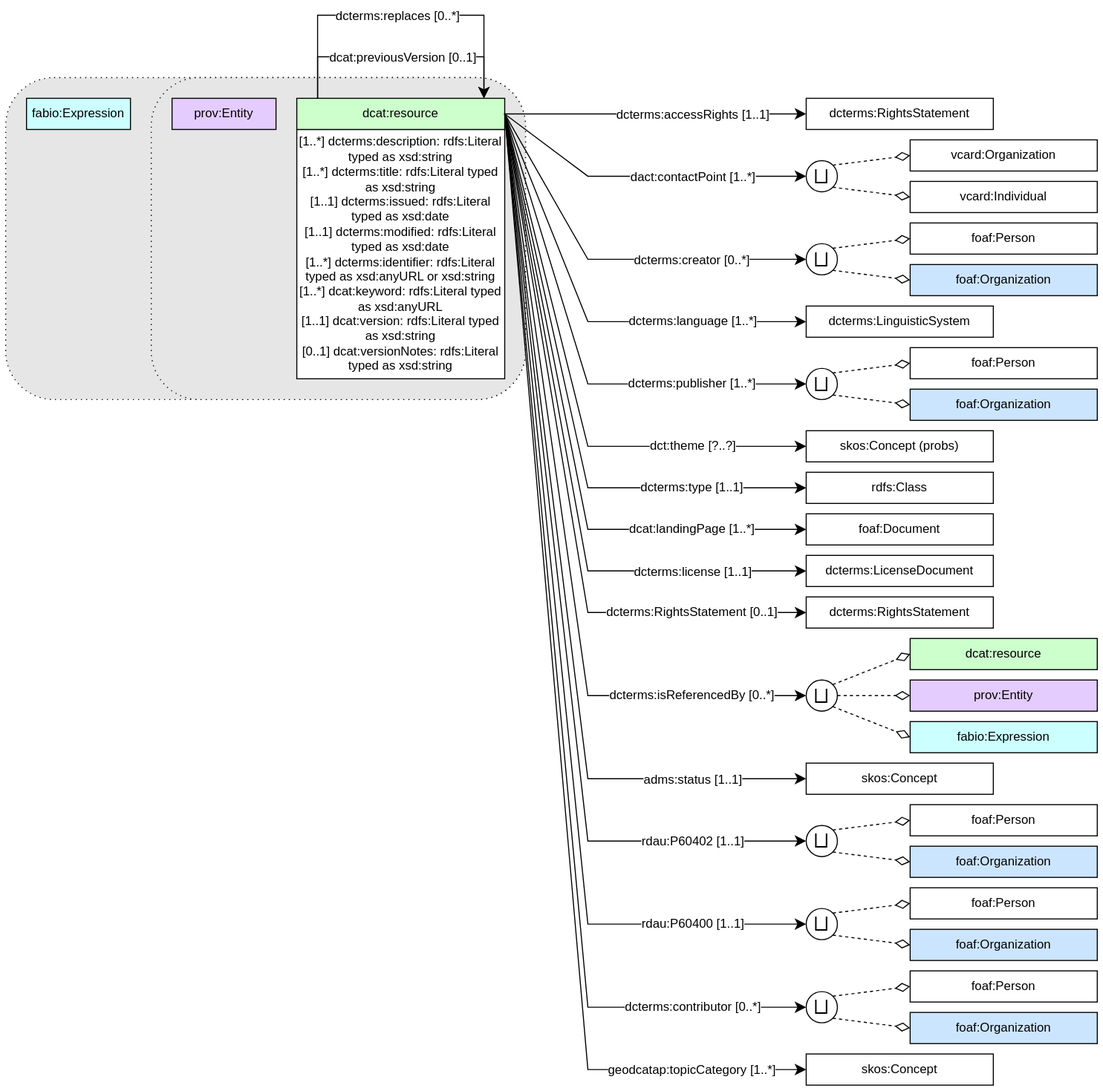
Above: CEH-DCAT-AP/CEH-DCAT-AP_diagrams/dcat-resource.svg in NERC-CEH/digital-objects-ontology (draw.io), before the change. Source tidied: cells renumbered, new cells last; positions are measured from the earlier drawing's top-left corner, leaving out a move shared by most shapes.
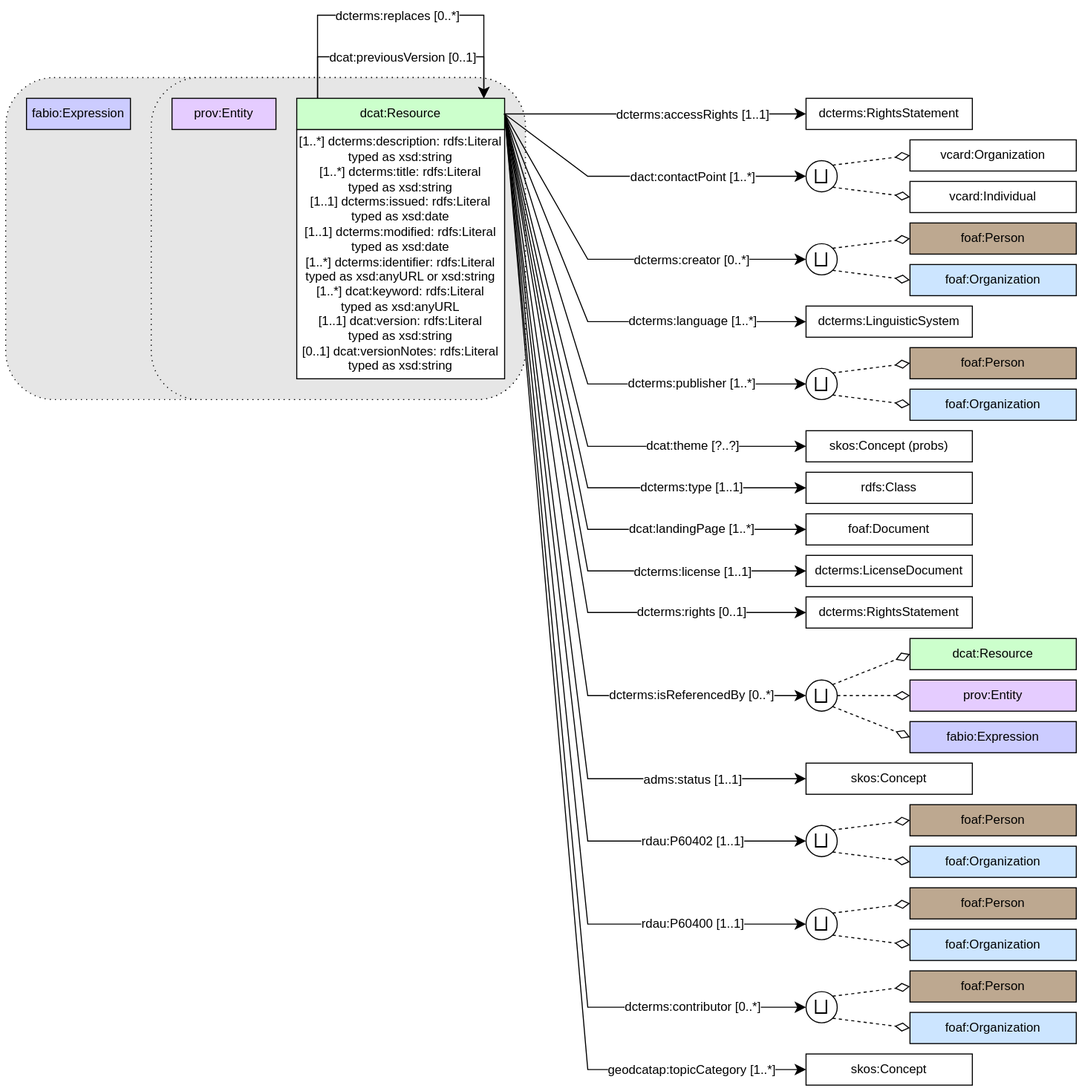
After the change.

Commit message:
minor corrections to diagram and updated colour scheme

Diff of the diagram source:
```diff
@@ -43,15 +43,15 @@
     <mxCell id="10" value="foaf:Organization" style="rounded=0;whiteSpace=wrap;html=1;snapToPoint=1;points=[[0.1,0],[0.2,0],[0.3,0],[0.4,0],[0.5,0],[0.6,0],[0.7,0],[0.8,0],[0.9,0],[0,0.1],[0,0.3],[0,0.5],[0,0.7],[0,0.9],[0.1,1],[0.2,1],[0.3,1],[0.4,1],[0.5,1],[0.6,1],[0.7,1],[0.8,1],[0.9,1],[1,0.1],[1,0.3],[1,0.5],[1,0.7],[1,0.9]];fillColor=#CCE5FF;" parent="1" vertex="1">
-      <mxGeometry x="870" y="240" width="180" height="30" as="geometry" />
+      <mxGeometry x="870" y="240" width="160" height="30" as="geometry" />
     </mxCell>
-    <mxCell id="11" value="foaf:Person" style="rounded=0;whiteSpace=wrap;html=1;snapToPoint=1;points=[[0.1,0],[0.2,0],[0.3,0],[0.4,0],[0.5,0],[0.6,0],[0.7,0],[0.8,0],[0.9,0],[0,0.1],[0,0.3],[0,0.5],[0,0.7],[0,0.9],[0.1,1],[0.2,1],[0.3,1],[0.4,1],[0.5,1],[0.6,1],[0.7,1],[0.8,1],[0.9,1],[1,0.1],[1,0.3],[1,0.5],[1,0.7],[1,0.9]];" parent="1" vertex="1">
-      <mxGeometry x="870" y="200" width="180" height="30" as="geometry" />
+    <mxCell id="11" value="foaf:Person" style="rounded=0;whiteSpace=wrap;html=1;snapToPoint=1;points=[[0.1,0],[0.2,0],[0.3,0],[0.4,0],[0.5,0],[0.6,0],[0.7,0],[0.8,0],[0.9,0],[0,0.1],[0,0.3],[0,0.5],[0,0.7],[0,0.9],[0.1,1],[0.2,1],[0.3,1],[0.4,1],[0.5,1],[0.6,1],[0.7,1],[0.8,1],[0.9,1],[1,0.1],[1,0.3],[1,0.5],[1,0.7],[1,0.9]];fillColor=#BDA890;" parent="1" vertex="1">
+      <mxGeometry x="870" y="200" width="160" height="30" as="geometry" />
     </mxCell>
     <mxCell id="12" value="vcard:Individual" style="rounded=0;whiteSpace=wrap;html=1;snapToPoint=1;points=[[0.1,0],[0.2,0],[0.3,0],[0.4,0],[0.5,0],[0.6,0],[0.7,0],[0.8,0],[0.9,0],[0,0.1],[0,0.3],[0,0.5],[0,0.7],[0,0.9],[0.1,1],[0.2,1],[0.3,1],[0.4,1],[0.5,1],[0.6,1],[0.7,1],[0.8,1],[0.9,1],[1,0.1],[1,0.3],[1,0.5],[1,0.7],[1,0.9]];" parent="1" vertex="1">
-      <mxGeometry x="870" y="160" width="180" height="30" as="geometry" />
+      <mxGeometry x="870" y="160" width="160" height="30" as="geometry" />
     </mxCell>
     <mxCell id="13" value="dcterms:RightsStatement" style="rounded=0;whiteSpace=wrap;html=1;snapToPoint=1;points=[[0.1,0],[0.2,0],[0.3,0],[0.4,0],[0.5,0],[0.6,0],[0.7,0],[0.8,0],[0.9,0],[0,0.1],[0,0.3],[0,0.5],[0,0.7],[0,0.9],[0.1,1],[0.2,1],[0.3,1],[0.4,1],[0.5,1],[0.6,1],[0.7,1],[0.8,1],[0.9,1],[1,0.1],[1,0.3],[1,0.5],[1,0.7],[1,0.9]];" parent="1" vertex="1">
-      <mxGeometry x="770" y="80" width="180" height="30" as="geometry" />
+      <mxGeometry x="770" y="80" width="160" height="30" as="geometry" />
     </mxCell>
     <mxCell id="14" value="vcard:Organization" style="rounded=0;whiteSpace=wrap;html=1;snapToPoint=1;points=[[0.1,0],[0.2,0],[0.3,0],[0.4,0],[0.5,0],[0.6,0],[0.7,0],[0.8,0],[0.9,0],[0,0.1],[0,0.3],[0,0.5],[0,0.7],[0,0.9],[0.1,1],[0.2,1],[0.3,1],[0.4,1],[0.5,1],[0.6,1],[0.7,1],[0.8,1],[0.9,1],[1,0.1],[1,0.3],[1,0.5],[1,0.7],[1,0.9]];" parent="1" vertex="1">
-      <mxGeometry x="870" y="120" width="180" height="30" as="geometry" />
+      <mxGeometry x="870" y="120" width="160" height="30" as="geometry" />
     </mxCell>
@@ -60,6 +60,6 @@
     </mxCell>
-    <mxCell id="16" value="[1..*] dcterms:description:&amp;nbsp;rdfs:Literal typed as xsd:string&lt;div&gt;[1..*] dcterms:title:&amp;nbsp;rdfs:Literal typed as xsd:string&lt;br&gt;&lt;/div&gt;&lt;div&gt;[1..1] dcterms:issued:&amp;nbsp;rdfs:Literal typed as xsd:date&lt;br&gt;&lt;/div&gt;&lt;div&gt;[1..1] dcterms:modified:&amp;nbsp;rdfs:Literal typed as xsd:date&lt;br&gt;&lt;/div&gt;&lt;div&gt;[1..*] dcterms:identifier:&amp;nbsp;rdfs:Literal typed as xsd:anyURL or xsd:string&lt;/div&gt;&lt;div&gt;[1..*] dcat:keyword:&amp;nbsp;rdfs:Literal typed as xsd:anyURL&lt;br&gt;&lt;/div&gt;&lt;div&gt;[1..1] dcat:version:&amp;nbsp;rdfs:Literal typed as xsd:string&lt;br&gt;&lt;/div&gt;&lt;div&gt;[0..1] dcat:versionNotes:&amp;nbsp;rdfs:Literal typed as xsd:string&lt;br&gt;&lt;/div&gt;" style="rounded=0;whiteSpace=wrap;html=1;" parent="15" vertex="1">
+    <mxCell id="16" value="[1..*] dcterms:description:&amp;nbsp;rdfs:Literal typed as xsd:string&lt;div&gt;[1..*] dcterms:title:&amp;nbsp;rdfs:Literal&lt;/div&gt;&lt;div&gt;typed as xsd:string&lt;br&gt;&lt;/div&gt;&lt;div&gt;[1..1] dcterms:issued:&amp;nbsp;rdfs:Literal typed as xsd:date&lt;br&gt;&lt;/div&gt;&lt;div&gt;[1..1] dcterms:modified:&amp;nbsp;rdfs:Literal typed as xsd:date&lt;br&gt;&lt;/div&gt;&lt;div&gt;[1..*] dcterms:identifier:&amp;nbsp;rdfs:Literal typed as xsd:anyURL or xsd:string&lt;/div&gt;&lt;div&gt;[1..*] dcat:keyword:&amp;nbsp;rdfs:Literal&lt;/div&gt;&lt;div&gt;typed as xsd:anyURL&lt;br&gt;&lt;/div&gt;&lt;div&gt;[1..1] dcat:version:&amp;nbsp;rdfs:Literal&lt;/div&gt;&lt;div&gt;typed as xsd:string&lt;br&gt;&lt;/div&gt;&lt;div&gt;[0..1] dcat:versionNotes:&amp;nbsp;rdfs:Literal typed as xsd:string&lt;br&gt;&lt;/div&gt;" style="rounded=0;whiteSpace=wrap;html=1;" parent="15" vertex="1">
       <mxGeometry y="30" width="200" height="240" as="geometry" />
     </mxCell>
-    <mxCell id="17" value="dcat:resource" style="rounded=0;whiteSpace=wrap;html=1;snapToPoint=1;points=[[0.1,0],[0.2,0],[0.3,0],[0.4,0],[0.5,0],[0.6,0],[0.7,0],[0.8,0],[0.9,0],[0,0.1],[0,0.3],[0,0.5],[0,0.7],[0,0.9],[0.1,1],[0.2,1],[0.3,1],[0.4,1],[0.5,1],[0.6,1],[0.7,1],[0.8,1],[0.9,1],[1,0.1],[1,0.3],[1,0.5],[1,0.7],[1,0.9]];fillColor=#CCFFCC;" parent="15" vertex="1">
+    <mxCell id="17" value="dcat:Resource" style="rounded=0;whiteSpace=wrap;html=1;snapToPoint=1;points=[[0.1,0],[0.2,0],[0.3,0],[0.4,0],[0.5,0],[0.6,0],[0.7,0],[0.8,0],[0.9,0],[0,0.1],[0,0.3],[0,0.5],[0,0.7],[0,0.9],[0.1,1],[0.2,1],[0.3,1],[0.4,1],[0.5,1],[0.6,1],[0.7,1],[0.8,1],[0.9,1],[1,0.1],[1,0.3],[1,0.5],[1,0.7],[1,0.9]];fillColor=#CCFFCC;" parent="15" vertex="1">
       <mxGeometry width="200" height="30" as="geometry" />
@@ -105,3 +105,3 @@
     <mxCell id="24" value="dcterms:LinguisticSystem" style="rounded=0;whiteSpace=wrap;html=1;snapToPoint=1;points=[[0.1,0],[0.2,0],[0.3,0],[0.4,0],[0.5,0],[0.6,0],[0.7,0],[0.8,0],[0.9,0],[0,0.1],[0,0.3],[0,0.5],[0,0.7],[0,0.9],[0.1,1],[0.2,1],[0.3,1],[0.4,1],[0.5,1],[0.6,1],[0.7,1],[0.8,1],[0.9,1],[1,0.1],[1,0.3],[1,0.5],[1,0.7],[1,0.9]];" parent="1" vertex="1">
-      <mxGeometry x="770" y="280" width="180" height="30" as="geometry" />
+      <mxGeometry x="770" y="280" width="160" height="30" as="geometry" />
     </mxCell>
@@ -144,6 +144,6 @@
     <mxCell id="35" value="foaf:Organization" style="rounded=0;whiteSpace=wrap;html=1;snapToPoint=1;points=[[0.1,0],[0.2,0],[0.3,0],[0.4,0],[0.5,0],[0.6,0],[0.7,0],[0.8,0],[0.9,0],[0,0.1],[0,0.3],[0,0.5],[0,0.7],[0,0.9],[0.1,1],[0.2,1],[0.3,1],[0.4,1],[0.5,1],[0.6,1],[0.7,1],[0.8,1],[0.9,1],[1,0.1],[1,0.3],[1,0.5],[1,0.7],[1,0.9]];fillColor=#CCE5FF;" parent="1" vertex="1">
-      <mxGeometry x="870" y="360" width="180" height="30" as="geometry" />
+      <mxGeometry x="870" y="360" width="160" height="30" as="geometry" />
     </mxCell>
-    <mxCell id="36" value="foaf:Person" style="rounded=0;whiteSpace=wrap;html=1;snapToPoint=1;points=[[0.1,0],[0.2,0],[0.3,0],[0.4,0],[0.5,0],[0.6,0],[0.7,0],[0.8,0],[0.9,0],[0,0.1],[0,0.3],[0,0.5],[0,0.7],[0,0.9],[0.1,1],[0.2,1],[0.3,1],[0.4,1],[0.5,1],[0.6,1],[0.7,1],[0.8,1],[0.9,1],[1,0.1],[1,0.3],[1,0.5],[1,0.7],[1,0.9]];" parent="1" vertex="1">
-      <mxGeometry x="870" y="320" width="180" height="30" as="geometry" />
+    <mxCell id="36" value="foaf:Person" style="rounded=0;whiteSpace=wrap;html=1;snapToPoint=1;points=[[0.1,0],[0.2,0],[0.3,0],[0.4,0],[0.5,0],[0.6,0],[0.7,0],[0.8,0],[0.9,0],[0,0.1],[0,0.3],[0,0.5],[0,0.7],[0,0.9],[0.1,1],[0.2,1],[0.3,1],[0.4,1],[0.5,1],[0.6,1],[0.7,1],[0.8,1],[0.9,1],[1,0.1],[1,0.3],[1,0.5],[1,0.7],[1,0.9]];fillColor=#BDA890;" parent="1" vertex="1">
+      <mxGeometry x="870" y="320" width="160" height="30" as="geometry" />
     </mxCell>
@@ -168,3 +168,3 @@
     </mxCell>
-    <mxCell id="42" value="&lt;div&gt;dct:theme [?..?]&lt;/div&gt;" style="text;html=1;align=center;verticalAlign=middle;labelBackgroundColor=#ffffff;" parent="41" vertex="1">
+    <mxCell id="42" value="&lt;div&gt;dcat:theme [?..?]&lt;/div&gt;" style="text;html=1;align=center;verticalAlign=middle;labelBackgroundColor=#ffffff;" parent="41" vertex="1">
       <mxGeometry x="-0.13" relative="1" as="geometry">
@@ -174,3 +174,3 @@
     <mxCell id="43" value="skos:Concept (probs)" style="rounded=0;whiteSpace=wrap;html=1;snapToPoint=1;points=[[0.1,0],[0.2,0],[0.3,0],[0.4,0],[0.5,0],[0.6,0],[0.7,0],[0.8,0],[0.9,0],[0,0.1],[0,0.3],[0,0.5],[0,0.7],[0,0.9],[0.1,1],[0.2,1],[0.3,1],[0.4,1],[0.5,1],[0.6,1],[0.7,1],[0.8,1],[0.9,1],[1,0.1],[1,0.3],[1,0.5],[1,0.7],[1,0.9]];" parent="1" vertex="1">
-      <mxGeometry x="770" y="400" width="180" height="30" as="geometry" />
+      <mxGeometry x="770" y="400" width="160" height="30" as="geometry" />
     </mxCell>
@@ -189,3 +189,3 @@
     <mxCell id="46" value="rdfs:Class" style="rounded=0;whiteSpace=wrap;html=1;snapToPoint=1;points=[[0.1,0],[0.2,0],[0.3,0],[0.4,0],[0.5,0],[0.6,0],[0.7,0],[0.8,0],[0.9,0],[0,0.1],[0,0.3],[0,0.5],[0,0.7],[0,0.9],[0.1,1],[0.2,1],[0.3,1],[0.4,1],[0.5,1],[0.6,1],[0.7,1],[0.8,1],[0.9,1],[1,0.1],[1,0.3],[1,0.5],[1,0.7],[1,0.9]];" parent="1" vertex="1">
-      <mxGeometry x="770" y="440" width="180" height="30" as="geometry" />
+      <mxGeometry x="770" y="440" width="160" height="30" as="geometry" />
     </mxCell>
@@ -204,3 +204,3 @@
     <mxCell id="49" value="foaf:Document" style="rounded=0;whiteSpace=wrap;html=1;snapToPoint=1;points=[[0.1,0],[0.2,0],[0.3,0],[0.4,0],[0.5,0],[0.6,0],[0.7,0],[0.8,0],[0.9,0],[0,0.1],[0,0.3],[0,0.5],[0,0.7],[0,0.9],[0.1,1],[0.2,1],[0.3,1],[0.4,1],[0.5,1],[0.6,1],[0.7,1],[0.8,1],[0.9,1],[1,0.1],[1,0.3],[1,0.5],[1,0.7],[1,0.9]];" parent="1" vertex="1">
-      <mxGeometry x="770" y="480" width="180" height="30" as="geometry" />
+      <mxGeometry x="770" y="480" width="160" height="30" as="geometry" />
     </mxCell>
@@ -219,3 +219,3 @@
     <mxCell id="52" value="dcterms:LicenseDocument" style="rounded=0;whiteSpace=wrap;html=1;snapToPoint=1;points=[[0.1,0],[0.2,0],[0.3,0],[0.4,0],[0.5,0],[0.6,0],[0.7,0],[0.8,0],[0.9,0],[0,0.1],[0,0.3],[0,0.5],[0,0.7],[0,0.9],[0.1,1],[0.2,1],[0.3,1],[0.4,1],[0.5,1],[0.6,1],[0.7,1],[0.8,1],[0.9,1],[1,0.1],[1,0.3],[1,0.5],[1,0.7],[1,0.9]];" parent="1" vertex="1">
-      <mxGeometry x="770" y="520" width="180" height="30" as="geometry" />
+      <mxGeometry x="770" y="520" width="160" height="30" as="geometry" />
     </mxCell>
@@ -228,3 +228,3 @@
     </mxCell>
-    <mxCell id="54" value="&lt;div&gt;dcterms:RightsStatement [0..1]&lt;/div&gt;" style="text;html=1;align=center;verticalAlign=middle;labelBackgroundColor=#ffffff;" parent="53" vertex="1">
+    <mxCell id="54" value="&lt;div&gt;dcterms:rights [0..1]&lt;/div&gt;" style="text;html=1;align=center;verticalAlign=middle;labelBackgroundColor=#ffffff;" parent="53" vertex="1">
       <mxGeometry x="-0.13" relative="1" as="geometry">
@@ -234,3 +234,3 @@
     <mxCell id="55" value="dcterms:RightsStatement" style="rounded=0;whiteSpace=wrap;html=1;snapToPoint=1;points=[[0.1,0],[0.2,0],[0.3,0],[0.4,0],[0.5,0],[0.6,0],[0.7,0],[0.8,0],[0.9,0],[0,0.1],[0,0.3],[0,0.5],[0,0.7],[0,0.9],[0.1,1],[0.2,1],[0.3,1],[0.4,1],[0.5,1],[0.6,1],[0.7,1],[0.8,1],[0.9,1],[1,0.1],[1,0.3],[1,0.5],[1,0.7],[1,0.9]];" parent="1" vertex="1">
-      <mxGeometry x="770" y="560" width="180" height="30" as="geometry" />
+      <mxGeometry x="770" y="560" width="160" height="30" as="geometry" />
     </mxCell>
@@ -249,6 +249,6 @@
     <mxCell id="58" value="prov:Entity" style="rounded=0;whiteSpace=wrap;html=1;snapToPoint=1;points=[[0.1,0],[0.2,0],[0.3,0],[0.4,0],[0.5,0],[0.6,0],[0.7,0],[0.8,0],[0.9,0],[0,0.1],[0,0.3],[0,0.5],[0,0.7],[0,0.9],[0.1,1],[0.2,1],[0.3,1],[0.4,1],[0.5,1],[0.6,1],[0.7,1],[0.8,1],[0.9,1],[1,0.1],[1,0.3],[1,0.5],[1,0.7],[1,0.9]];fillColor=#E5CCFF;" parent="1" vertex="1">
-      <mxGeometry x="870" y="640" width="180" height="30" as="geometry" />
+      <mxGeometry x="870" y="640" width="160" height="30" as="geometry" />
     </mxCell>
-    <mxCell id="59" value="dcat:resource" style="rounded=0;whiteSpace=wrap;html=1;snapToPoint=1;points=[[0.1,0],[0.2,0],[0.3,0],[0.4,0],[0.5,0],[0.6,0],[0.7,0],[0.8,0],[0.9,0],[0,0.1],[0,0.3],[0,0.5],[0,0.7],[0,0.9],[0.1,1],[0.2,1],[0.3,1],[0.4,1],[0.5,1],[0.6,1],[0.7,1],[0.8,1],[0.9,1],[1,0.1],[1,0.3],[1,0.5],[1,0.7],[1,0.9]];fillColor=#CCFFCC;" parent="1" vertex="1">
-      <mxGeometry x="870" y="600" width="180" height="30" as="geometry" />
+    <mxCell id="59" value="dcat:Resource" style="rounded=0;whiteSpace=wrap;html=1;snapToPoint=1;points=[[0.1,0],[0.2,0],[0.3,0],[0.4,0],[0.5,0],[0.6,0],[0.7,0],[0.8,0],[0.9,0],[0,0.1],[0,0.3],[0,0.5],[0,0.7],[0,0.9],[0.1,1],[0.2,1],[0.3,1],[0.4,1],[0.5,1],[0.6,1],[0.7,1],[0.8,1],[0.9,1],[1,0.1],[1,0.3],[1,0.5],[1,0.7],[1,0.9]];fillColor=#CCFFCC;" parent="1" vertex="1">
+      <mxGeometry x="870" y="600" width="160" height="30" as="geometry" />
     </mxCell>
@@ -266,4 +266,4 @@
     </mxCell>
-    <mxCell id="64" value="fabio:Expression" style="rounded=0;whiteSpace=wrap;html=1;snapToPoint=1;points=[[0.1,0],[0.2,0],[0.3,0],[0.4,0],[0.5,0],[0.6,0],[0.7,0],[0.8,0],[0.9,0],[0,0.1],[0,0.3],[0,0.5],[0,0.7],[0,0.9],[0.1,1],[0.2,1],[0.3,1],[0.4,1],[0.5,1],[0.6,1],[0.7,1],[0.8,1],[0.9,1],[1,0.1],[1,0.3],[1,0.5],[1,0.7],[1,0.9]];fillColor=#CCFFFF;" parent="1" vertex="1">
-      <mxGeometry x="870" y="680" width="180" height="30" as="geometry" />
+    <mxCell id="64" value="fabio:Expression" style="rounded=0;whiteSpace=wrap;html=1;snapToPoint=1;points=[[0.1,0],[0.2,0],[0.3,0],[0.4,0],[0.5,0],[0.6,0],[0.7,0],[0.8,0],[0.9,0],[0,0.1],[0,0.3],[0,0.5],[0,0.7],[0,0.9],[0.1,1],[0.2,1],[0.3,1],[0.4,1],[0.5,1],[0.6,1],[0.7,1],[0.8,1],[0.9,1],[1,0.1],[1,0.3],[1,0.5],[1,0.7],[1,0.9]];fillColor=#CCCCFF;" parent="1" vertex="1">
+      <mxGeometry x="870" y="680" width="160" height="30" as="geometry" />
     </mxCell>
@@ -285,3 +285,3 @@
     <mxCell id="68" value="skos:Concept" style="rounded=0;whiteSpace=wrap;html=1;snapToPoint=1;points=[[0.1,0],[0.2,0],[0.3,0],[0.4,0],[0.5,0],[0.6,0],[0.7,0],[0.8,0],[0.9,0],[0,0.1],[0,0.3],[0,0.5],[0,0.7],[0,0.9],[0.1,1],[0.2,1],[0.3,1],[0.4,1],[0.5,1],[0.6,1],[0.7,1],[0.8,1],[0.9,1],[1,0.1],[1,0.3],[1,0.5],[1,0.7],[1,0.9]];" parent="1" vertex="1">
-      <mxGeometry x="770" y="720" width="180" height="30" as="geometry" />
+      <mxGeometry x="770" y="720" width="160" height="30" as="geometry" />
     </mxCell>
@@ -300,6 +300,6 @@
     <mxCell id="71" value="foaf:Organization" style="rounded=0;whiteSpace=wrap;html=1;snapToPoint=1;points=[[0.1,0],[0.2,0],[0.3,0],[0.4,0],[0.5,0],[0.6,0],[0.7,0],[0.8,0],[0.9,0],[0,0.1],[0,0.3],[0,0.5],[0,0.7],[0,0.9],[0.1,1],[0.2,1],[0.3,1],[0.4,1],[0.5,1],[0.6,1],[0.7,1],[0.8,1],[0.9,1],[1,0.1],[1,0.3],[1,0.5],[1,0.7],[1,0.9]];fillColor=#CCE5FF;" parent="1" vertex="1">
-      <mxGeometry x="870" y="800" width="180" height="30" as="geometry" />
+      <mxGeometry x="870" y="800" width="160" height="30" as="geometry" />
     </mxCell>
-    <mxCell id="72" value="foaf:Person" style="rounded=0;whiteSpace=wrap;html=1;snapToPoint=1;points=[[0.1,0],[0.2,0],[0.3,0],[0.4,0],[0.5,0],[0.6,0],[0.7,0],[0.8,0],[0.9,0],[0,0.1],[0,0.3],[0,0.5],[0,0.7],[0,0.9],[0.1,1],[0.2,1],[0.3,1],[0.4,1],[0.5,1],[0.6,1],[0.7,1],[0.8,1],[0.9,1],[1,0.1],[1,0.3],[1,0.5],[1,0.7],[1,0.9]];" parent="1" vertex="1">
-      <mxGeometry x="870" y="760" width="180" height="30" as="geometry" />
+    <mxCell id="72" value="foaf:Person" style="rounded=0;whiteSpace=wrap;html=1;snapToPoint=1;points=[[0.1,0],[0.2,0],[0.3,0],[0.4,0],[0.5,0],[0.6,0],[0.7,0],[0.8,0],[0.9,0],[0,0.1],[0,0.3],[0,0.5],[0,0.7],[0,0.9],[0.1,1],[0.2,1],[0.3,1],[0.4,1],[0.5,1],[0.6,1],[0.7,1],[0.8,1],[0.9,1],[1,0.1],[1,0.3],[1,0.5],[1,0.7],[1,0.9]];fillColor=#BDA890;" parent="1" vertex="1">
+      <mxGeometry x="870" y="760" width="160" height="30" as="geometry" />
     </mxCell>
@@ -330,6 +330,6 @@
     <mxCell id="79" value="foaf:Organization" style="rounded=0;whiteSpace=wrap;html=1;snapToPoint=1;points=[[0.1,0],[0.2,0],[0.3,0],[0.4,0],[0.5,0],[0.6,0],[0.7,0],[0.8,0],[0.9,0],[0,0.1],[0,0.3],[0,0.5],[0,0.7],[0,0.9],[0.1,1],[0.2,1],[0.3,1],[0.4,1],[0.5,1],[0.6,1],[0.7,1],[0.8,1],[0.9,1],[1,0.1],[1,0.3],[1,0.5],[1,0.7],[1,0.9]];fillColor=#CCE5FF;" parent="1" vertex="1">
-      <mxGeometry x="870" y="880" width="180" height="30" as="geometry" />
+      <mxGeometry x="870" y="880" width="160" height="30" as="geometry" />
     </mxCell>
-    <mxCell id="80" value="foaf:Person" style="rounded=0;whiteSpace=wrap;html=1;snapToPoint=1;points=[[0.1,0],[0.2,0],[0.3,0],[0.4,0],[0.5,0],[0.6,0],[0.7,0],[0.8,0],[0.9,0],[0,0.1],[0,0.3],[0,0.5],[0,0.7],[0,0.9],[0.1,1],[0.2,1],[0.3,1],[0.4,1],[0.5,1],[0.6,1],[0.7,1],[0.8,1],[0.9,1],[1,0.1],[1,0.3],[1,0.5],[1,0.7],[1,0.9]];" parent="1" vertex="1">
-      <mxGeometry x="870" y="840" width="180" height="30" as="geometry" />
+    <mxCell id="80" value="foaf:Person" style="rounded=0;whiteSpace=wrap;html=1;snapToPoint=1;points=[[0.1,0],[0.2,0],[0.3,0],[0.4,0],[0.5,0],[0.6,0],[0.7,0],[0.8,0],[0.9,0],[0,0.1],[0,0.3],[0,0.5],[0,0.7],[0,0.9],[0.1,1],[0.2,1],[0.3,1],[0.4,1],[0.5,1],[0.6,1],[0.7,1],[0.8,1],[0.9,1],[1,0.1],[1,0.3],[1,0.5],[1,0.7],[1,0.9]];fillColor=#BDA890;" parent="1" vertex="1">
+      <mxGeometry x="870" y="840" width="160" height="30" as="geometry" />
     </mxCell>
@@ -360,6 +360,6 @@
     <mxCell id="87" value="foaf:Organization" style="rounded=0;whiteSpace=wrap;html=1;snapToPoint=1;points=[[0.1,0],[0.2,0],[0.3,0],[0.4,0],[0.5,0],[0.6,0],[0.7,0],[0.8,0],[0.9,0],[0,0.1],[0,0.3],[0,0.5],[0,0.7],[0,0.9],[0.1,1],[0.2,1],[0.3,1],[0.4,1],[0.5,1],[0.6,1],[0.7,1],[0.8,1],[0.9,1],[1,0.1],[1,0.3],[1,0.5],[1,0.7],[1,0.9]];fillColor=#CCE5FF;" parent="1" vertex="1">
-      <mxGeometry x="870" y="960" width="180" height="30" as="geometry" />
+      <mxGeometry x="870" y="960" width="160" height="30" as="geometry" />
     </mxCell>
-    <mxCell id="88" value="foaf:Person" style="rounded=0;whiteSpace=wrap;html=1;snapToPoint=1;points=[[0.1,0],[0.2,0],[0.3,0],[0.4,0],[0.5,0],[0.6,0],[0.7,0],[0.8,0],[0.9,0],[0,0.1],[0,0.3],[0,0.5],[0,0.7],[0,0.9],[0.1,1],[0.2,1],[0.3,1],[0.4,1],[0.5,1],[0.6,1],[0.7,1],[0.8,1],[0.9,1],[1,0.1],[1,0.3],[1,0.5],[1,0.7],[1,0.9]];" parent="1" vertex="1">
-      <mxGeometry x="870" y="920" width="180" height="30" as="geometry" />
+    <mxCell id="88" value="foaf:Person" style="rounded=0;whiteSpace=wrap;html=1;snapToPoint=1;points=[[0.1,0],[0.2,0],[0.3,0],[0.4,0],[0.5,0],[0.6,0],[0.7,0],[0.8,0],[0.9,0],[0,0.1],[0,0.3],[0,0.5],[0,0.7],[0,0.9],[0.1,1],[0.2,1],[0.3,1],[0.4,1],[0.5,1],[0.6,1],[0.7,1],[0.8,1],[0.9,1],[1,0.1],[1,0.3],[1,0.5],[1,0.7],[1,0.9]];fillColor=#BDA890;" parent="1" vertex="1">
+      <mxGeometry x="870" y="920" width="160" height="30" as="geometry" />
     </mxCell>
@@ -390,3 +390,3 @@
     <mxCell id="95" value="skos:Concept" style="rounded=0;whiteSpace=wrap;html=1;snapToPoint=1;points=[[0.1,0],[0.2,0],[0.3,0],[0.4,0],[0.5,0],[0.6,0],[0.7,0],[0.8,0],[0.9,0],[0,0.1],[0,0.3],[0,0.5],[0,0.7],[0,0.9],[0.1,1],[0.2,1],[0.3,1],[0.4,1],[0.5,1],[0.6,1],[0.7,1],[0.8,1],[0.9,1],[1,0.1],[1,0.3],[1,0.5],[1,0.7],[1,0.9]];" parent="1" vertex="1">
-      <mxGeometry x="770" y="1000" width="180" height="30" as="geometry" />
+      <mxGeometry x="770" y="1000" width="160" height="30" as="geometry" />
     </mxCell>
@@ -395,3 +395,3 @@
     </mxCell>
-    <mxCell id="97" value="fabio:Expression" style="rounded=0;whiteSpace=wrap;html=1;fillColor=#CCFFFF;" parent="1" vertex="1">
+    <mxCell id="97" value="fabio:Expression" style="rounded=0;whiteSpace=wrap;html=1;fillColor=#CCCCFF;" parent="1" vertex="1">
       <mxGeometry x="20" y="80" width="100" height="30" as="geometry" />
```
